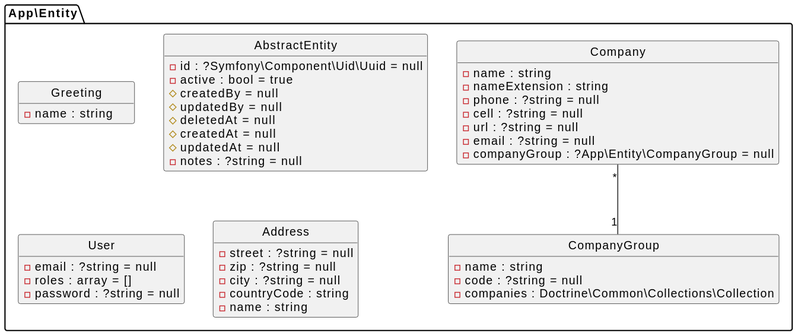
Before: assets/docs/diagram-class.svg, a diagram exported from PlantUML (cschorr/symfony-core-bundle). Source of this version:
```plantuml
@startuml
set separator \
!pragma useIntermediatePackages false
skinparam linetype ortho
skinparam MinClassWidth 140
hide circle
hide empty members
!theme _none_
class App\Entity\Greeting {
- name : string
}
class App\Entity\AbstractEntity {
- id : ?Symfony\Component\Uid\Uuid = null
- active : bool = true
# createdBy = null
# updatedBy = null
# deletedAt = null
# createdAt = null
# updatedAt = null
- notes : ?string = null
}
class App\Entity\CompanyGroup {
- name : string
- code : ?string = null
- companies : Doctrine\Common\Collections\Collection
}
class App\Entity\Company {
- name : string
- nameExtension : string
- phone : ?string = null
- cell : ?string = null
- url : ?string = null
- email : ?string = null
- companyGroup : ?App\Entity\CompanyGroup = null
}
class App\Entity\User {
- email : ?string = null
- roles : array = []
- password : ?string = null
}
class App\Entity\Address {
- street : ?string = null
- zip : ?string = null
- city : ?string = null
- countryCode : string
- name : string
}
App\Entity\Company "*" -- "1" App\Entity\CompanyGroup
@enduml
```
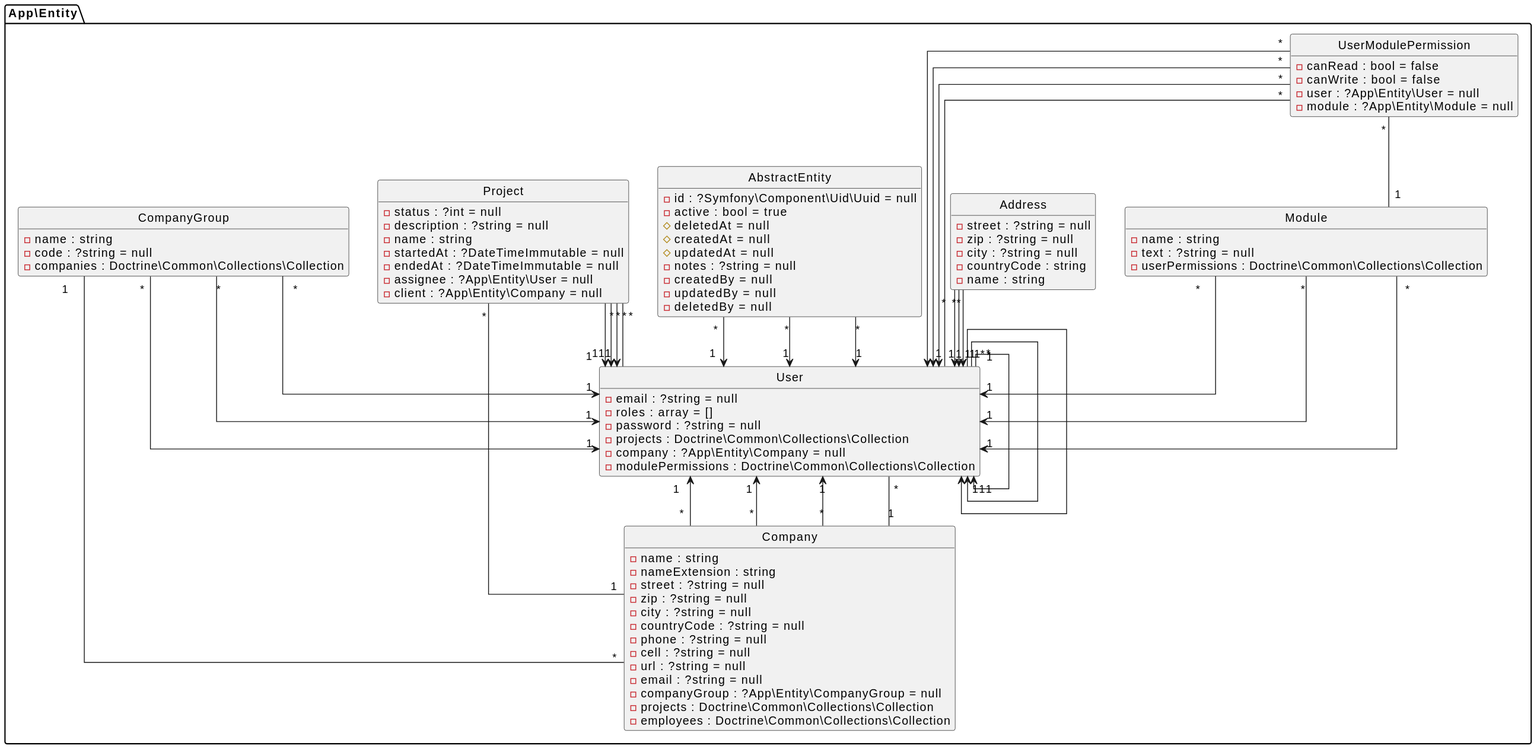
Above is the later version.

Diff of the diagram source:
```diff
@@ -6,37 +6,58 @@
 hide circle
 hide empty members
 !theme _none_
-class App\Entity\Greeting {
-- name : string
-}
-class App\Entity\AbstractEntity {
-- id : ?Symfony\Component\Uid\Uuid = null
-- active : bool = true
-# createdBy = null
-# updatedBy = null
-# deletedAt = null
-# createdAt = null
-# updatedAt = null
-- notes : ?string = null
-}
 class App\Entity\CompanyGroup {
 - name : string
 - code : ?string = null
 - companies : Doctrine\Common\Collections\Collection
 }
+class App\Entity\AbstractEntity {
+- id : ?Symfony\Component\Uid\Uuid = null
+- active : bool = true
+# deletedAt = null
+# createdAt = null
+# updatedAt = null
+- notes : ?string = null
+- createdBy = null
+- updatedBy = null
+- deletedBy = null
+}
 class App\Entity\Company {
 - name : string
 - nameExtension : string
+- street : ?string = null
+- zip : ?string = null
+- city : ?string = null
+- countryCode : ?string = null
 - phone : ?string = null
 - cell : ?string = null
 - url : ?string = null
 - email : ?string = null
 - companyGroup : ?App\Entity\CompanyGroup = null
+- projects : Doctrine\Common\Collections\Collection
+- employees : Doctrine\Common\Collections\Collection
+}
+class App\Entity\Module {
+- name : string
+- text : ?string = null
+- userPermissions : Doctrine\Common\Collections\Collection
+}
+class App\Entity\Project {
+- status : ?int = null
+- description : ?string = null
+- name : string
+- startedAt : ?DateTimeImmutable = null
+- endedAt : ?DateTimeImmutable = null
+- assignee : ?App\Entity\User = null
+- client : ?App\Entity\Company = null
 }
 class App\Entity\User {
 - email : ?string = null
 - roles : array = []
 - password : ?string = null
+- projects : Doctrine\Common\Collections\Collection
+- company : ?App\Entity\Company = null
+- modulePermissions : Doctrine\Common\Collections\Collection
 }
 class App\Entity\Address {
 - street : ?string = null
@@ -45,5 +66,40 @@
 - countryCode : string
 - name : string
 }
+class App\Entity\UserModulePermission {
+- canRead : bool = false
+- canWrite : bool = false
+- user : ?App\Entity\User = null
+- module : ?App\Entity\Module = null
+}
+App\Entity\CompanyGroup "*" --> "1" App\Entity\User
+App\Entity\CompanyGroup "*" --> "1" App\Entity\User
+App\Entity\CompanyGroup "*" --> "1" App\Entity\User
+App\Entity\AbstractEntity "*" --> "1" App\Entity\User
+App\Entity\AbstractEntity "*" --> "1" App\Entity\User
+App\Entity\AbstractEntity "*" --> "1" App\Entity\User
+App\Entity\Company "*" --> "1" App\Entity\User
+App\Entity\Company "*" --> "1" App\Entity\User
+App\Entity\Company "*" --> "1" App\Entity\User
 App\Entity\Company "*" -- "1" App\Entity\CompanyGroup
+App\Entity\Module "*" --> "1" App\Entity\User
+App\Entity\Module "*" --> "1" App\Entity\User
+App\Entity\Module "*" --> "1" App\Entity\User
+App\Entity\Project "*" --> "1" App\Entity\User
+App\Entity\Project "*" --> "1" App\Entity\User
+App\Entity\Project "*" --> "1" App\Entity\User
+App\Entity\Project "*" -- "1" App\Entity\User
+App\Entity\Project "*" -- "1" App\Entity\Company
+App\Entity\User "*" --> "1" App\Entity\User
+App\Entity\User "*" --> "1" App\Entity\User
+App\Entity\User "*" --> "1" App\Entity\User
+App\Entity\User "*" -- "1" App\Entity\Company
+App\Entity\Address "*" --> "1" App\Entity\User
+App\Entity\Address "*" --> "1" App\Entity\User
+App\Entity\Address "*" --> "1" App\Entity\User
+App\Entity\UserModulePermission "*" --> "1" App\Entity\User
+App\Entity\UserModulePermission "*" --> "1" App\Entity\User
+App\Entity\UserModulePermission "*" --> "1" App\Entity\User
+App\Entity\UserModulePermission "*" -- "1" App\Entity\User
+App\Entity\UserModulePermission "*" -- "1" App\Entity\Module
 @enduml
```
